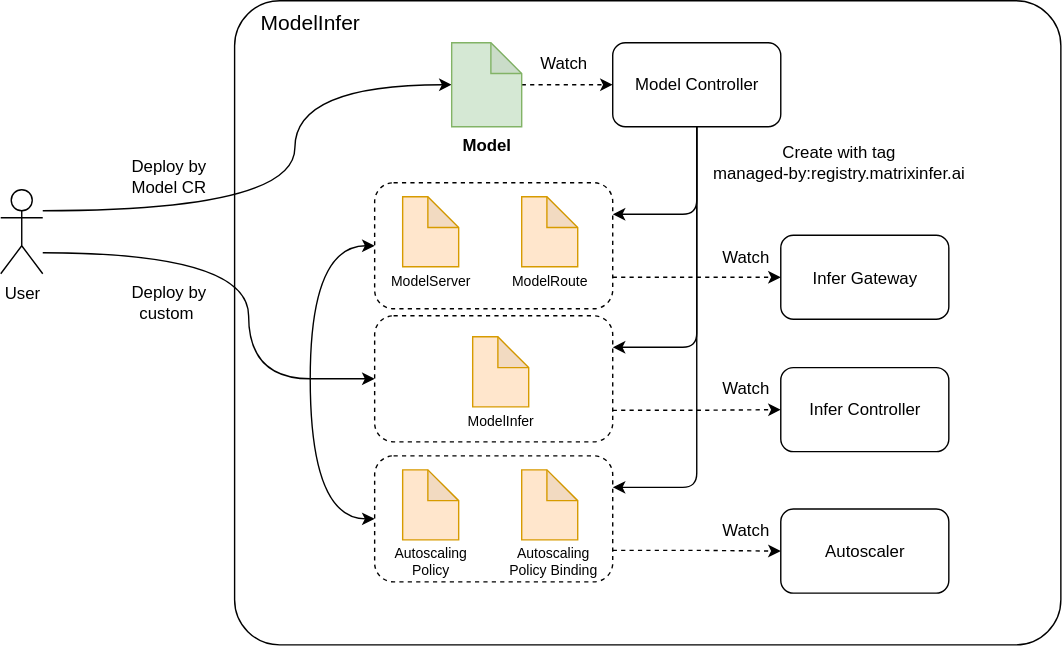
This is docs/matrixinfer/static/img/model-controller-architecture.svg from matrixinfer-ai/kthena, a draw.io export, as it was before one commit. Source tidied: cells renumbered, new cells last; positions are measured from the earlier drawing's top-left corner, leaving out a move shared by most shapes.
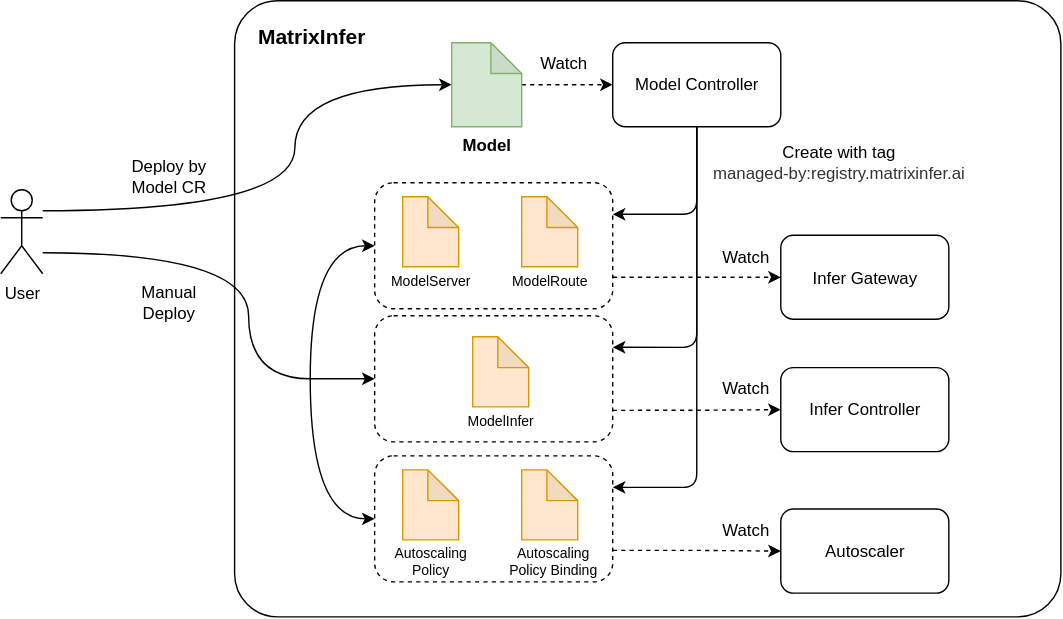
The same file after the commit.

Commit message:
update pic in model-controller doc

What changed in the source:
```diff
@@ -3,7 +3,7 @@
     <mxCell id="0" />
     <mxCell id="1" parent="0" />
     <mxCell id="2" style="rounded=1;whiteSpace=wrap;html=1;arcSize=7;" parent="1" vertex="1">
-      <mxGeometry x="167" width="590" height="460" as="geometry" />
+      <mxGeometry x="167" width="590" height="440" as="geometry" />
     </mxCell>
     <mxCell id="3" style="edgeStyle=orthogonalEdgeStyle;rounded=0;jettySize=auto;html=1;entryX=0;entryY=0.5;entryDx=0;entryDy=0;entryPerimeter=0;curved=1;" parent="1" edge="1" source="5" target="14">
       <mxGeometry relative="1" as="geometry">
@@ -102,7 +102,7 @@
     <mxCell id="31" value="ModelInfer" style="text;html=1;align=center;verticalAlign=middle;whiteSpace=wrap;rounded=0;fontSize=10;" parent="1" vertex="1">
       <mxGeometry x="327" y="290" width="60" height="20" as="geometry" />
     </mxCell>
-    <mxCell id="32" value="&lt;div&gt;Create with tag&lt;/div&gt;&lt;div&gt;managed-by:registry.matrixinfer.ai&lt;/div&gt;" style="text;html=1;align=center;verticalAlign=middle;whiteSpace=wrap;rounded=0;" parent="1" vertex="1">
+    <mxCell id="32" value="&lt;div&gt;Create with tag&lt;/div&gt;&lt;div&gt;&lt;font style=&quot;color: rgb(51, 51, 51);&quot;&gt;managed-by:registry.matrixinfer.ai&lt;/font&gt;&lt;/div&gt;" style="text;html=1;align=center;verticalAlign=middle;whiteSpace=wrap;rounded=0;" parent="1" vertex="1">
       <mxGeometry x="497" y="100" width="203" height="30" as="geometry" />
     </mxCell>
     <mxCell id="33" value="Watch" style="text;html=1;align=center;verticalAlign=middle;whiteSpace=wrap;rounded=0;" parent="1" vertex="1">
@@ -138,13 +138,13 @@
     <mxCell id="39" style="ellipse;whiteSpace=wrap;html=1;fillColor=#000000;" parent="1" vertex="1">
       <mxGeometry x="221" y="270" as="geometry" />
     </mxCell>
-    <mxCell id="40" value="ModelInfer" style="text;html=1;align=center;verticalAlign=middle;whiteSpace=wrap;rounded=0;fontSize=15;" parent="1" vertex="1">
-      <mxGeometry x="166" width="110" height="30" as="geometry" />
+    <mxCell id="40" value="MatrixInfer" style="text;html=1;align=center;verticalAlign=middle;whiteSpace=wrap;rounded=0;fontSize=15;fontStyle=1;" parent="1" vertex="1">
+      <mxGeometry x="167" y="10" width="110" height="30" as="geometry" />
     </mxCell>
-    <mxCell id="41" value="Deploy by Model CR" style="text;html=1;align=center;verticalAlign=middle;whiteSpace=wrap;rounded=0;" parent="1" vertex="1">
+    <mxCell id="41" value="Deploy by&lt;div&gt;Model CR&lt;/div&gt;" style="text;html=1;align=center;verticalAlign=middle;whiteSpace=wrap;rounded=0;" parent="1" vertex="1">
       <mxGeometry x="90" y="110" width="60" height="30" as="geometry" />
     </mxCell>
-    <mxCell id="42" value="Deploy by custom&amp;nbsp;" style="text;html=1;align=center;verticalAlign=middle;whiteSpace=wrap;rounded=0;" parent="1" vertex="1">
+    <mxCell id="42" value="Manual Deploy" style="text;html=1;align=center;verticalAlign=middle;whiteSpace=wrap;rounded=0;" parent="1" vertex="1">
       <mxGeometry x="90" y="200" width="60" height="30" as="geometry" />
     </mxCell>
     <mxCell id="43" value="Watch" style="text;html=1;align=center;verticalAlign=middle;whiteSpace=wrap;rounded=0;" parent="1" vertex="1">
```
